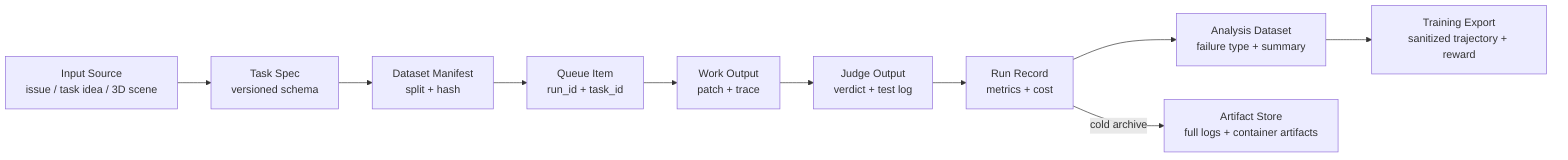
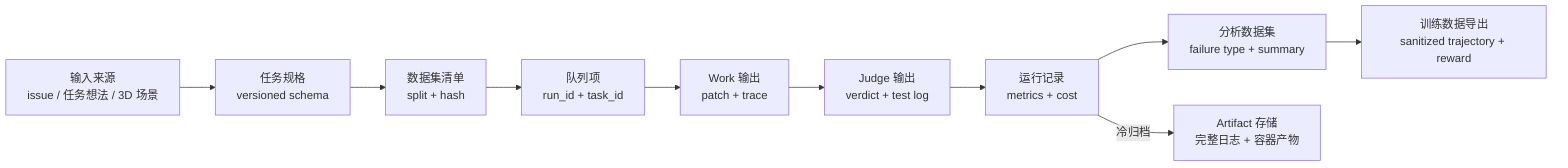
flowchart LR
-     I["Input Source\nissue / task idea / 3D scene"]
-     T["Task Spec\nversioned schema"]
-     M["Dataset Manifest\nsplit + hash"]
-     Q["Queue Item\nrun_id + task_id"]
-     W["Work Output\npatch + trace"]
-     J["Judge Output\nverdict + test log"]
-     R["Run Record\nmetrics + cost"]
-     A["Analysis Dataset\nfailure type + summary"]
-     E["Training Export\nsanitized trajectory + reward"]
+     I["输入来源\nissue / 任务想法 / 3D 场景"]
+     T["任务规格\nversioned schema"]
+     M["数据集清单\nsplit + hash"]
+     Q["队列项\nrun_id + task_id"]
+     W["Work 输出\npatch + trace"]
+     J["Judge 输出\nverdict + test log"]
+     R["运行记录\nmetrics + cost"]
+     A["分析数据集\nfailure type + summary"]
+     E["训练数据导出\nsanitized trajectory + reward"]

    I --> T
    T --> M
    M --> Q
    Q --> W
    W --> J
    J --> R
    R --> A
    A --> E
-     R -->|"cold archive"| C["Artifact Store\nfull logs + container artifacts"]
+     R -->|"冷归档"| C["Artifact 存储\n完整日志 + 容器产物"]
